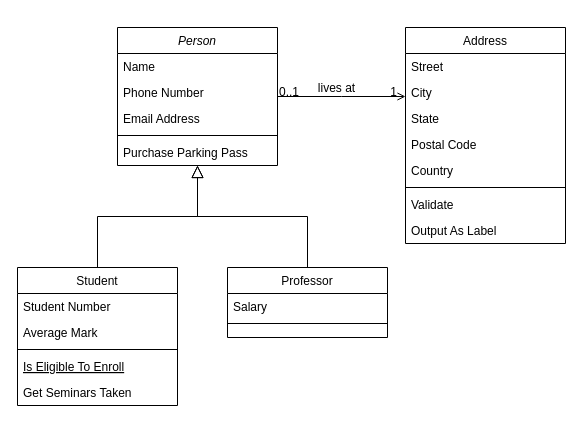
Above: Untitled Diagram.drawio in adelriscom/AdmonEdificiosCondominios (draw.io), before the change. Source tidied: cells renumbered, new cells numbered last; positions are measured from the earlier drawing's top-left corner, leaving out a move shared by most shapes. Both pictures are drawn from the tidied source at 100%, with x=0, y=0 at pixel (17, 27).
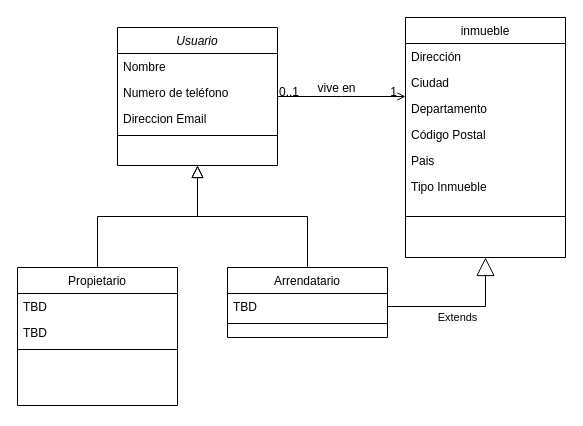
The same page after the edit.

The change refers to these unchanged cells:
```xml
<mxCell id="28" style="endArrow=open;shadow=0;strokeWidth=1;rounded=0;endFill=1;edgeStyle=elbowEdgeStyle;elbow=vertical;" parent="1" edge="1" source="2" target="19">
  <mxGeometry x="0.5" y="41" relative="1" as="geometry">
    <mxPoint x="-40" y="32" as="offset" />
  </mxGeometry>
</mxCell>
```

What changed in the source:
```diff
@@
-    <mxCell id="2" value="Person" style="swimlane;fontStyle=2;align=center;verticalAlign=top;horizontal=1;startSize=26;rounded=0;shadow=0;strokeWidth=1;" parent="1" vertex="1">
+    <mxCell id="2" value="Usuario" style="swimlane;fontStyle=2;align=center;verticalAlign=top;horizontal=1;startSize=26;rounded=0;shadow=0;strokeWidth=1;" parent="1" vertex="1">
       <mxGeometry x="100" width="160" height="138" as="geometry" />
     </mxCell>
-    <mxCell id="3" value="Name" style="text;align=left;verticalAlign=top;spacingLeft=4;spacingRight=4;overflow=hidden;" parent="2" vertex="1">
+    <mxCell id="3" value="Nombre" style="text;align=left;verticalAlign=top;spacingLeft=4;spacingRight=4;overflow=hidden;" parent="2" vertex="1">
       <mxGeometry y="26" width="160" height="26" as="geometry" />
     </mxCell>
-    <mxCell id="4" value="Phone Number" style="text;align=left;verticalAlign=top;spacingLeft=4;spacingRight=4;overflow=hidden;rounded=0;shadow=0;html=0;" parent="2" vertex="1">
+    <mxCell id="4" value="Numero de teléfono" style="text;align=left;verticalAlign=top;spacingLeft=4;spacingRight=4;overflow=hidden;rounded=0;shadow=0;html=0;" parent="2" vertex="1">
       <mxGeometry y="52" width="160" height="26" as="geometry" />
     </mxCell>
-    <mxCell id="5" value="Email Address" style="text;align=left;verticalAlign=top;spacingLeft=4;spacingRight=4;overflow=hidden;rounded=0;shadow=0;html=0;" parent="2" vertex="1">
+    <mxCell id="5" value="Direccion Email" style="text;align=left;verticalAlign=top;spacingLeft=4;spacingRight=4;overflow=hidden;rounded=0;shadow=0;html=0;" parent="2" vertex="1">
       <mxGeometry y="78" width="160" height="26" as="geometry" />
     </mxCell>
@@
-    <mxCell id="7" value="Purchase Parking Pass" style="text;align=left;verticalAlign=top;spacingLeft=4;spacingRight=4;overflow=hidden;" parent="2" vertex="1">
-      <mxGeometry y="112" width="160" height="26" as="geometry" />
-    </mxCell>
-    <mxCell id="8" value="Student" style="swimlane;fontStyle=0;align=center;verticalAlign=top;horizontal=1;startSize=26;rounded=0;shadow=0;strokeWidth=1;" parent="1" vertex="1">
+    <mxCell id="8" value="Propietario" style="swimlane;fontStyle=0;align=center;verticalAlign=top;horizontal=1;startSize=26;rounded=0;shadow=0;strokeWidth=1;" parent="1" vertex="1">
       <mxGeometry y="240" width="160" height="138" as="geometry" />
     </mxCell>
-    <mxCell id="9" value="Student Number" style="text;align=left;verticalAlign=top;spacingLeft=4;spacingRight=4;overflow=hidden;" parent="8" vertex="1">
+    <mxCell id="9" value="TBD" style="text;align=left;verticalAlign=top;spacingLeft=4;spacingRight=4;overflow=hidden;" parent="8" vertex="1">
       <mxGeometry y="26" width="160" height="26" as="geometry" />
     </mxCell>
-    <mxCell id="10" value="Average Mark" style="text;align=left;verticalAlign=top;spacingLeft=4;spacingRight=4;overflow=hidden;rounded=0;shadow=0;html=0;" parent="8" vertex="1">
+    <mxCell id="10" value="TBD" style="text;align=left;verticalAlign=top;spacingLeft=4;spacingRight=4;overflow=hidden;rounded=0;shadow=0;html=0;" parent="8" vertex="1">
       <mxGeometry y="52" width="160" height="26" as="geometry" />
     </mxCell>
@@
-    <mxCell id="12" value="Is Eligible To Enroll" style="text;align=left;verticalAlign=top;spacingLeft=4;spacingRight=4;overflow=hidden;fontStyle=4;" parent="8" vertex="1">
-      <mxGeometry y="86" width="160" height="26" as="geometry" />
-    </mxCell>
-    <mxCell id="13" value="Get Seminars Taken" style="text;align=left;verticalAlign=top;spacingLeft=4;spacingRight=4;overflow=hidden;" parent="8" vertex="1">
-      <mxGeometry y="112" width="160" height="26" as="geometry" />
-    </mxCell>
@@
-    <mxCell id="15" value="Professor" style="swimlane;fontStyle=0;align=center;verticalAlign=top;horizontal=1;startSize=26;rounded=0;shadow=0;strokeWidth=1;" parent="1" vertex="1">
+    <mxCell id="15" value="Arrendatario" style="swimlane;fontStyle=0;align=center;verticalAlign=top;horizontal=1;startSize=26;rounded=0;shadow=0;strokeWidth=1;" parent="1" vertex="1">
       <mxGeometry x="210" y="240" width="160" height="70" as="geometry" />
     </mxCell>
-    <mxCell id="16" value="Salary" style="text;align=left;verticalAlign=top;spacingLeft=4;spacingRight=4;overflow=hidden;points=[[0,0.5],[1,0.5]];portConstraint=eastwest;" parent="15" vertex="1">
+    <mxCell id="16" value="TBD" style="text;align=left;verticalAlign=top;spacingLeft=4;spacingRight=4;overflow=hidden;points=[[0,0.5],[1,0.5]];portConstraint=eastwest;" parent="15" vertex="1">
       <mxGeometry y="26" width="160" height="26" as="geometry" />
     </mxCell>
@@
-    <mxCell id="19" value="Address" style="swimlane;fontStyle=0;align=center;verticalAlign=top;horizontal=1;startSize=26;rounded=0;shadow=0;strokeWidth=1;" parent="1" vertex="1">
-      <mxGeometry x="388" width="160" height="216" as="geometry" />
+    <mxCell id="19" value="inmueble" style="swimlane;fontStyle=0;align=center;verticalAlign=top;horizontal=1;startSize=26;rounded=0;shadow=0;strokeWidth=1;" parent="1" vertex="1">
+      <mxGeometry x="388" y="-10" width="160" height="240" as="geometry" />
     </mxCell>
-    <mxCell id="20" value="Street" style="text;align=left;verticalAlign=top;spacingLeft=4;spacingRight=4;overflow=hidden;" parent="19" vertex="1">
+    <mxCell id="20" value="Dirección" style="text;align=left;verticalAlign=top;spacingLeft=4;spacingRight=4;overflow=hidden;" parent="19" vertex="1">
       <mxGeometry y="26" width="160" height="26" as="geometry" />
     </mxCell>
-    <mxCell id="21" value="City" style="text;align=left;verticalAlign=top;spacingLeft=4;spacingRight=4;overflow=hidden;rounded=0;shadow=0;html=0;" parent="19" vertex="1">
+    <mxCell id="21" value="Ciudad" style="text;align=left;verticalAlign=top;spacingLeft=4;spacingRight=4;overflow=hidden;rounded=0;shadow=0;html=0;" parent="19" vertex="1">
       <mxGeometry y="52" width="160" height="26" as="geometry" />
     </mxCell>
-    <mxCell id="22" value="State" style="text;align=left;verticalAlign=top;spacingLeft=4;spacingRight=4;overflow=hidden;rounded=0;shadow=0;html=0;" parent="19" vertex="1">
+    <mxCell id="22" value="Departamento" style="text;align=left;verticalAlign=top;spacingLeft=4;spacingRight=4;overflow=hidden;rounded=0;shadow=0;html=0;" parent="19" vertex="1">
       <mxGeometry y="78" width="160" height="26" as="geometry" />
     </mxCell>
-    <mxCell id="23" value="Postal Code" style="text;align=left;verticalAlign=top;spacingLeft=4;spacingRight=4;overflow=hidden;rounded=0;shadow=0;html=0;" parent="19" vertex="1">
+    <mxCell id="23" value="Código Postal" style="text;align=left;verticalAlign=top;spacingLeft=4;spacingRight=4;overflow=hidden;rounded=0;shadow=0;html=0;" parent="19" vertex="1">
       <mxGeometry y="104" width="160" height="26" as="geometry" />
     </mxCell>
-    <mxCell id="24" value="Country" style="text;align=left;verticalAlign=top;spacingLeft=4;spacingRight=4;overflow=hidden;rounded=0;shadow=0;html=0;" parent="19" vertex="1">
+    <mxCell id="24" value="Pais" style="text;align=left;verticalAlign=top;spacingLeft=4;spacingRight=4;overflow=hidden;rounded=0;shadow=0;html=0;" parent="19" vertex="1">
       <mxGeometry y="130" width="160" height="26" as="geometry" />
     </mxCell>
+    <mxCell id="32" value="Tipo Inmueble" style="text;align=left;verticalAlign=top;spacingLeft=4;spacingRight=4;overflow=hidden;rounded=0;shadow=0;html=0;" parent="19" vertex="1">
+      <mxGeometry y="156" width="160" height="26" as="geometry" />
+    </mxCell>
     <mxCell id="25" style="line;html=1;strokeWidth=1;align=left;verticalAlign=middle;spacingTop=-1;spacingLeft=3;spacingRight=3;labelPosition=right;" parent="19" vertex="1">
-      <mxGeometry y="156" width="160" height="8" as="geometry" />
+      <mxGeometry y="182" width="160" height="34" as="geometry" />
     </mxCell>
-    <mxCell id="26" value="Validate" style="text;align=left;verticalAlign=top;spacingLeft=4;spacingRight=4;overflow=hidden;" parent="19" vertex="1">
-      <mxGeometry y="164" width="160" height="26" as="geometry" />
-    </mxCell>
-    <mxCell id="27" value="Output As Label" style="text;align=left;verticalAlign=top;spacingLeft=4;spacingRight=4;overflow=hidden;" parent="19" vertex="1">
-      <mxGeometry y="190" width="160" height="26" as="geometry" />
-    </mxCell>
@@
-    <mxCell id="31" value="lives at" style="text;html=1;align=center;verticalAlign=middle;labelBackgroundColor=none;rounded=0;shadow=0;strokeWidth=1;fontSize=12;" parent="28" vertex="1">
+    <mxCell id="31" value="vive en" style="text;html=1;align=center;verticalAlign=middle;labelBackgroundColor=none;rounded=0;shadow=0;strokeWidth=1;fontSize=12;" parent="28" vertex="1">
       <mxGeometry x="0.5" y="49" relative="1" as="geometry">
         <mxPoint x="-38" y="40" as="offset" />
       </mxGeometry>
     </mxCell>
+    <mxCell id="33" value="Extends" style="endArrow=block;endSize=16;endFill=0;html=1;rounded=0;edgeStyle=orthogonalEdgeStyle;entryX=0.5;entryY=1;entryDx=0;entryDy=0;exitX=1;exitY=0.5;exitDx=0;exitDy=0;" parent="1" edge="1" source="16" target="19">
+      <mxGeometry x="-0.05" y="-11" relative="1" as="geometry" />
+    </mxCell>
```
